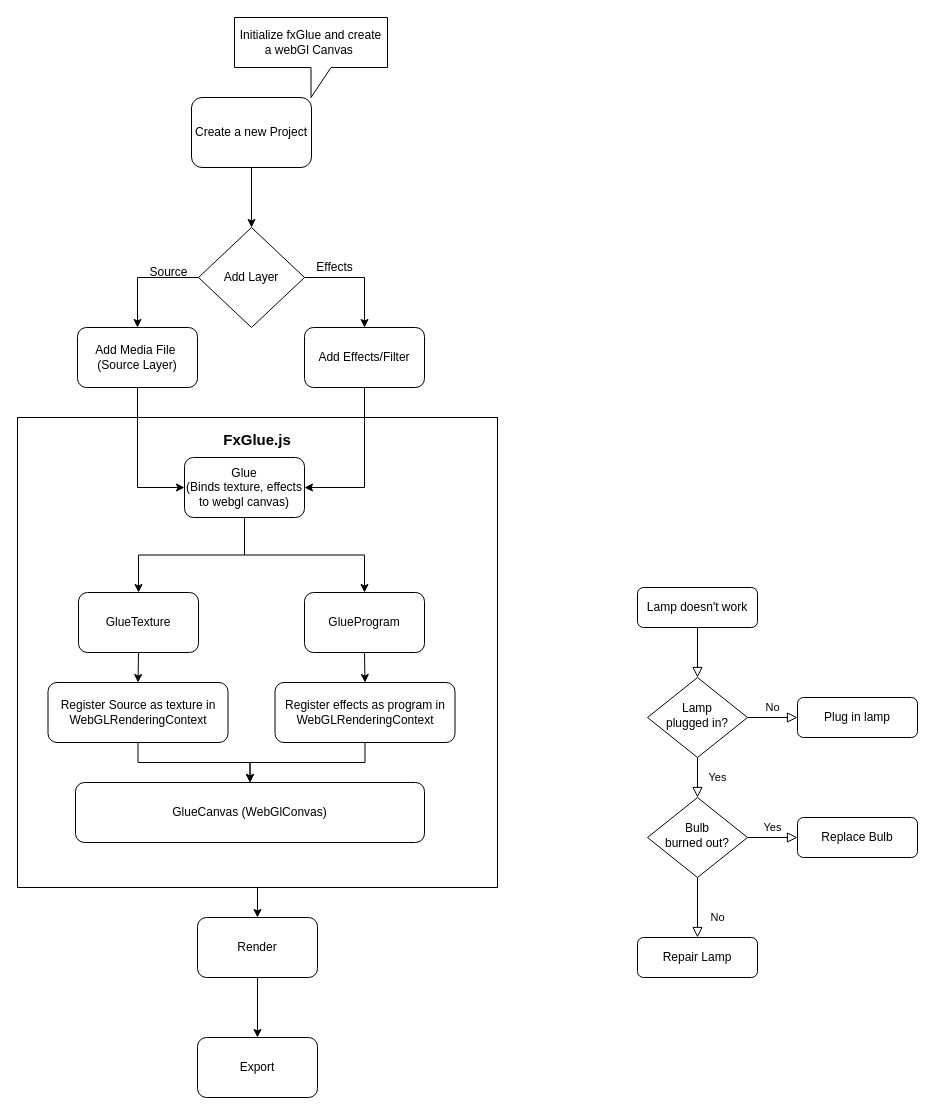
Above: Untitled Diagram.drawio in mustafamasvi/instaglitch (draw.io), before the change. Source tidied: cells renumbered, new cells numbered last; positions are measured from the earlier drawing's top-left corner, leaving out a move shared by most shapes. Both pictures are drawn from the tidied source at 100%, with x=0, y=0 at pixel (17, 17).
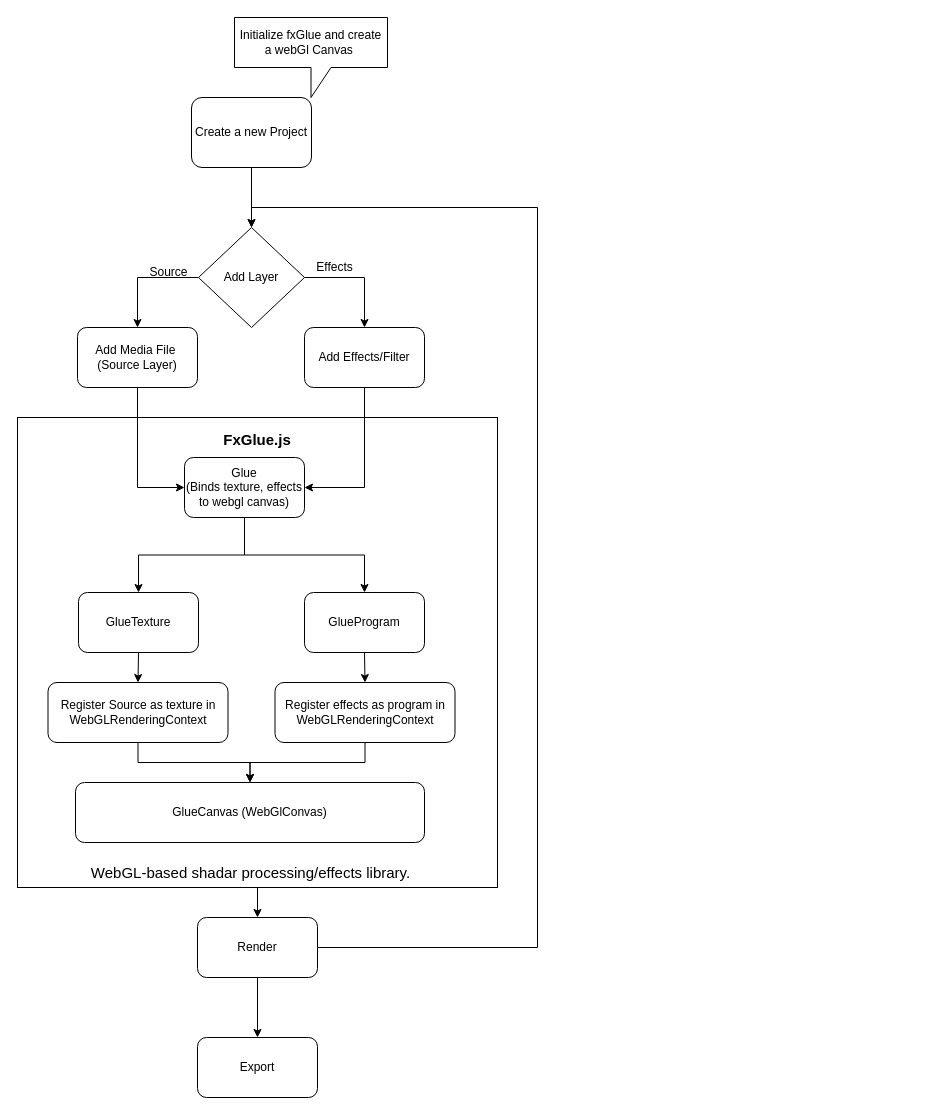
After the change.

The change refers to these unchanged cells:
```xml
<mxCell id="23" value="Add Layer" style="rhombus;whiteSpace=wrap;html=1;" parent="1" vertex="1">
  <mxGeometry x="181" y="210" width="106" height="100" as="geometry" />
</mxCell>
<mxCell id="40" value="Render" style="rounded=1;whiteSpace=wrap;html=1;" parent="1" vertex="1">
  <mxGeometry x="180" y="900" width="120" height="60" as="geometry" />
</mxCell>
```

The edit, as a diff of the source:
```diff
@@
-    <mxCell id="4" style="rounded=0;html=1;jettySize=auto;fontSize=11;endArrow=block;endFill=0;endSize=8;strokeWidth=1;shadow=0;labelBackgroundColor=none;edgeStyle=orthogonalEdgeStyle;" parent="1" edge="1" source="5" target="8">
-      <mxGeometry relative="1" as="geometry" />
-    </mxCell>
-    <mxCell id="5" value="Lamp doesn't work" style="rounded=1;whiteSpace=wrap;html=1;fontSize=12;glass=0;strokeWidth=1;shadow=0;" parent="1" vertex="1">
-      <mxGeometry x="620" y="570" width="120" height="40" as="geometry" />
-    </mxCell>
-    <mxCell id="6" value="Yes" style="rounded=0;html=1;jettySize=auto;fontSize=11;endArrow=block;endFill=0;endSize=8;strokeWidth=1;shadow=0;labelBackgroundColor=none;edgeStyle=orthogonalEdgeStyle;" parent="1" edge="1" source="8" target="12">
-      <mxGeometry y="20" relative="1" as="geometry" />
-    </mxCell>
-    <mxCell id="7" value="No" style="edgeStyle=orthogonalEdgeStyle;rounded=0;html=1;jettySize=auto;fontSize=11;endArrow=block;endFill=0;endSize=8;strokeWidth=1;shadow=0;labelBackgroundColor=none;" parent="1" edge="1" source="8" target="9">
-      <mxGeometry y="10" relative="1" as="geometry" />
-    </mxCell>
-    <mxCell id="8" value="Lamp&lt;br&gt;plugged in?" style="rhombus;whiteSpace=wrap;html=1;shadow=0;fontFamily=Helvetica;fontSize=12;align=center;strokeWidth=1;spacing=6;spacingTop=-4;" parent="1" vertex="1">
-      <mxGeometry x="630" y="660" width="100" height="80" as="geometry" />
-    </mxCell>
-    <mxCell id="9" value="Plug in lamp" style="rounded=1;whiteSpace=wrap;html=1;fontSize=12;glass=0;strokeWidth=1;shadow=0;" parent="1" vertex="1">
-      <mxGeometry x="780" y="680" width="120" height="40" as="geometry" />
-    </mxCell>
-    <mxCell id="10" value="No" style="rounded=0;html=1;jettySize=auto;fontSize=11;endArrow=block;endFill=0;endSize=8;strokeWidth=1;shadow=0;labelBackgroundColor=none;edgeStyle=orthogonalEdgeStyle;" parent="1" edge="1" source="12" target="13">
-      <mxGeometry x="0.33" y="20" relative="1" as="geometry" />
-    </mxCell>
-    <mxCell id="11" value="Yes" style="edgeStyle=orthogonalEdgeStyle;rounded=0;html=1;jettySize=auto;fontSize=11;endArrow=block;endFill=0;endSize=8;strokeWidth=1;shadow=0;labelBackgroundColor=none;" parent="1" edge="1" source="12" target="14">
-      <mxGeometry y="10" relative="1" as="geometry" />
-    </mxCell>
-    <mxCell id="12" value="Bulb&lt;br&gt;burned out?" style="rhombus;whiteSpace=wrap;html=1;shadow=0;fontFamily=Helvetica;fontSize=12;align=center;strokeWidth=1;spacing=6;spacingTop=-4;" parent="1" vertex="1">
-      <mxGeometry x="630" y="780" width="100" height="80" as="geometry" />
-    </mxCell>
-    <mxCell id="13" value="Repair Lamp" style="rounded=1;whiteSpace=wrap;html=1;fontSize=12;glass=0;strokeWidth=1;shadow=0;" parent="1" vertex="1">
-      <mxGeometry x="620" y="920" width="120" height="40" as="geometry" />
-    </mxCell>
-    <mxCell id="14" value="Replace Bulb" style="rounded=1;whiteSpace=wrap;html=1;fontSize=12;glass=0;strokeWidth=1;shadow=0;" parent="1" vertex="1">
-      <mxGeometry x="780" y="800" width="120" height="40" as="geometry" />
-    </mxCell>
@@
+    <mxCell id="42" style="edgeStyle=orthogonalEdgeStyle;rounded=0;jettySize=auto;html=1;exitX=0;exitY=0.5;exitDx=0;exitDy=0;entryX=0.5;entryY=0;entryDx=0;entryDy=0;fontSize=15;" parent="1" edge="1" source="40" target="23">
+      <mxGeometry relative="1" as="geometry">
+        <Array as="points">
+          <mxPoint x="520" y="930" />
+          <mxPoint x="520" y="190" />
+          <mxPoint x="234" y="190" />
+        </Array>
+      </mxGeometry>
+    </mxCell>
@@
+    <mxCell id="43" value="WebGL-based shadar processing/effects library." style="text;html=1;align=center;verticalAlign=middle;strokeColor=none;fillColor=none;fontSize=15;" parent="1" vertex="1">
+      <mxGeometry x="62.5" y="840" width="340" height="30" as="geometry" />
+    </mxCell>
```
